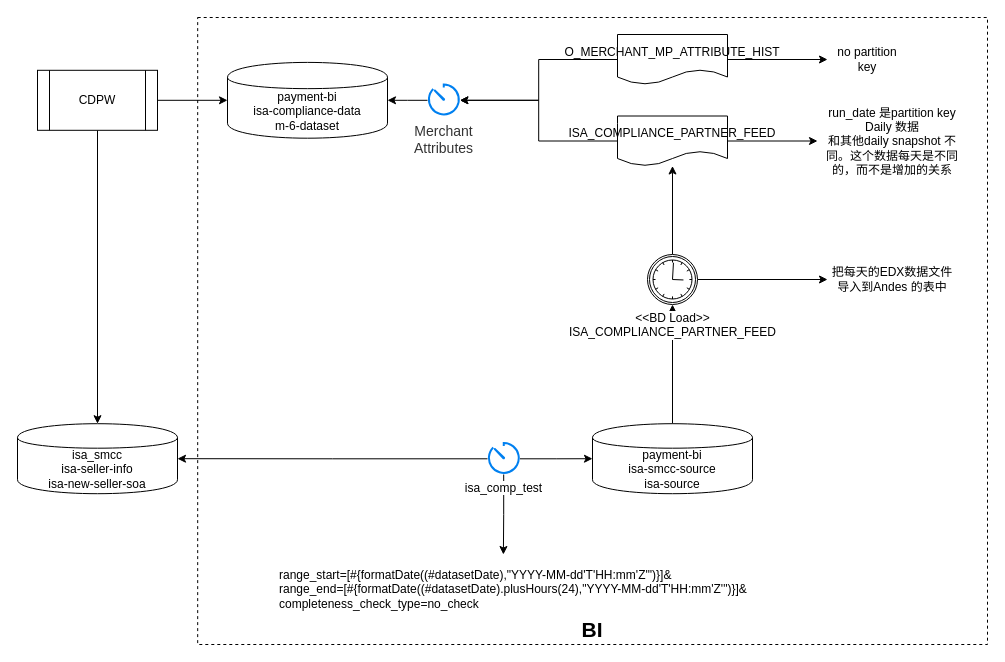
dongposhi/Mimicat keeps this draw.io diagram as page "Page-10" (10 of 12) of Untitled Diagram.drawio. Above is the earlier version. Source tidied: cells renumbered, new cells numbered last; positions are measured from the earlier drawing's top-left corner, leaving out a move shared by most shapes. Both pictures are drawn from the tidied source at 100%, with x=0, y=0 at pixel (17, 17).
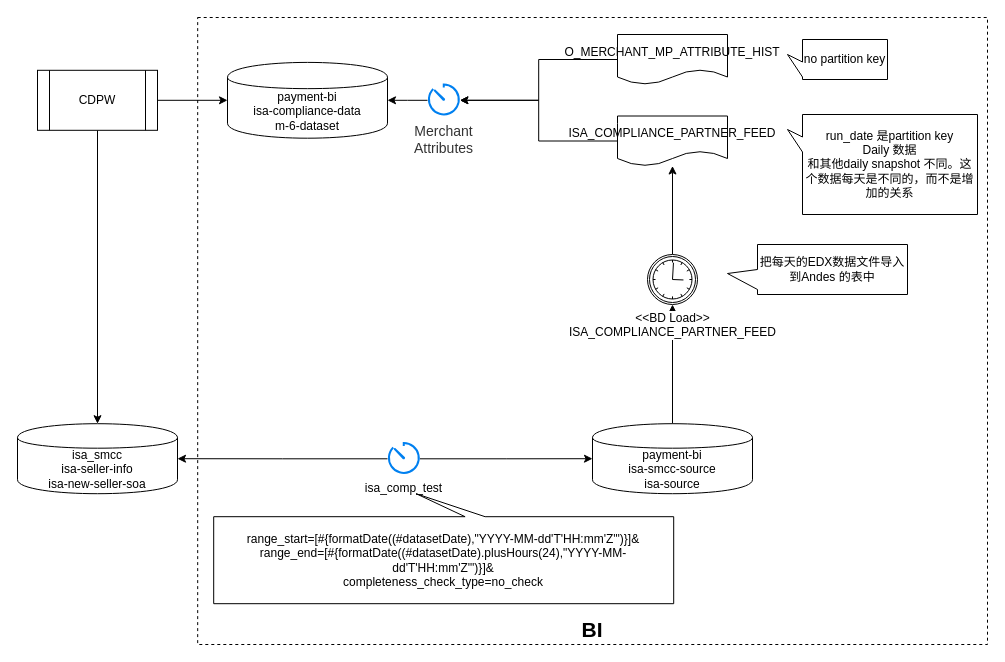
After the change.

The change refers to these unchanged cells:
```xml
<mxCell id="6" value="ISA_COMPLIANCE_PARTNER_FEED" style="shape=document;whiteSpace=wrap;html=1;boundedLbl=1;verticalAlign=middle;" parent="1" vertex="1">
  <mxGeometry x="600" y="98.5" width="110" height="50" as="geometry" />
</mxCell>
<mxCell id="9" value="O_MERCHANT_MP_ATTRIBUTE_HIST" style="shape=document;whiteSpace=wrap;html=1;boundedLbl=1;" parent="1" vertex="1">
  <mxGeometry x="600" y="17" width="110" height="50" as="geometry" />
</mxCell>
<mxCell id="21" value="&amp;lt;&amp;lt;BD Load&amp;gt;&amp;gt;&lt;br&gt;ISA_COMPLIANCE_PARTNER_FEED" style="shape=mxgraph.bpmn.shape;html=1;verticalLabelPosition=bottom;labelBackgroundColor=#ffffff;verticalAlign=top;align=center;perimeter=ellipsePerimeter;outlineConnect=0;outline=catching;symbol=timer;" parent="1" vertex="1">
  <mxGeometry x="630" y="237" width="50" height="50" as="geometry" />
</mxCell>
```

The edit, as a diff of the source:
```diff
@@
-    <mxCell id="5" style="edgeStyle=orthogonalEdgeStyle;rounded=0;jettySize=auto;html=1;" parent="1" edge="1" source="6" target="26">
-      <mxGeometry relative="1" as="geometry" />
-    </mxCell>
@@
-    <mxCell id="8" style="edgeStyle=orthogonalEdgeStyle;rounded=0;jettySize=auto;html=1;fontSize=21;" parent="1" edge="1" source="9" target="28">
-      <mxGeometry relative="1" as="geometry" />
-    </mxCell>
@@
-    <mxCell id="17" style="edgeStyle=orthogonalEdgeStyle;rounded=0;jettySize=auto;html=1;entryX=0.461;entryY=0;entryDx=0;entryDy=0;entryPerimeter=0;" parent="1" edge="1" source="18" target="25">
-      <mxGeometry relative="1" as="geometry" />
-    </mxCell>
     <mxCell id="18" value="isa_comp_test" style="html=1;verticalLabelPosition=bottom;align=center;labelBackgroundColor=#ffffff;verticalAlign=top;strokeWidth=2;strokeColor=#0080F0;shadow=0;dashed=0;shape=mxgraph.ios7.icons.gauge;" parent="1" vertex="1">
-      <mxGeometry x="470" y="425.5" width="32.4" height="31.5" as="geometry" />
+      <mxGeometry x="370" y="425.5" width="32.4" height="31.5" as="geometry" />
     </mxCell>
@@
-    <mxCell id="20" style="edgeStyle=orthogonalEdgeStyle;rounded=0;jettySize=auto;html=1;" parent="1" edge="1" source="21" target="27">
-      <mxGeometry relative="1" as="geometry" />
-    </mxCell>
@@
-    <mxCell id="25" value="range_start=[#{formatDate((#datasetDate),&quot;YYYY-MM-dd'T'HH:mm'Z'&quot;)}]&amp;amp;&lt;br&gt;range_end=[#{formatDate((#datasetDate).plusHours(24),&quot;YYYY-MM-dd'T'HH:mm'Z'&quot;)}]&amp;amp;&lt;br&gt;completeness_check_type=no_check" style="text;html=1;strokeColor=none;fillColor=none;align=left;verticalAlign=middle;whiteSpace=wrap;rounded=0;" parent="1" vertex="1">
-      <mxGeometry x="260" y="537" width="490" height="70" as="geometry" />
+    <mxCell id="25" value="&lt;span style=&quot;white-space: normal ; text-align: left&quot;&gt;range_start=[#{formatDate((#datasetDate),&quot;YYYY-MM-dd'T'HH:mm'Z'&quot;)}]&amp;amp;&lt;/span&gt;&lt;br style=&quot;white-space: normal ; text-align: left&quot;&gt;&lt;span style=&quot;white-space: normal ; text-align: left&quot;&gt;range_end=[#{formatDate((#datasetDate).plusHours(24),&quot;YYYY-MM-dd'T'HH:mm'Z'&quot;)}]&amp;amp;&lt;/span&gt;&lt;br style=&quot;white-space: normal ; text-align: left&quot;&gt;&lt;span style=&quot;white-space: normal ; text-align: left&quot;&gt;completeness_check_type=no_check&lt;/span&gt;" style="shape=callout;whiteSpace=wrap;html=1;perimeter=calloutPerimeter;direction=west;position2=0.56;size=23;position=0.41;" parent="1" vertex="1">
+      <mxGeometry x="196.2" y="476.2" width="460" height="110" as="geometry" />
     </mxCell>
+    <mxCell id="27" value="把每天的EDX数据文件导入到Andes 的表中" style="shape=callout;whiteSpace=wrap;html=1;perimeter=calloutPerimeter;direction=south;position2=0.58;" parent="1" vertex="1">
+      <mxGeometry x="710" y="227" width="180" height="50" as="geometry" />
+    </mxCell>
-    <mxCell id="26" value="run_date 是partition key&lt;br&gt;Daily 数据&lt;br&gt;和其他daily snapshot 不同。这个数据每天是不同的，而不是增加的关系" style="text;html=1;strokeColor=none;fillColor=none;align=center;verticalAlign=middle;whiteSpace=wrap;rounded=0;" parent="1" vertex="1">
-      <mxGeometry x="800" y="113.5" width="150" height="20" as="geometry" />
+    <mxCell id="26" value="&lt;span style=&quot;white-space: normal&quot;&gt;run_date 是partition key&lt;/span&gt;&lt;br style=&quot;white-space: normal&quot;&gt;&lt;span style=&quot;white-space: normal&quot;&gt;Daily 数据&lt;/span&gt;&lt;br style=&quot;white-space: normal&quot;&gt;&lt;span style=&quot;white-space: normal&quot;&gt;和其他daily snapshot 不同。这个数据每天是不同的，而不是增加的关系&lt;/span&gt;" style="whiteSpace=wrap;html=1;shape=mxgraph.basic.rectCallout;dx=30;dy=15;boundedLbl=1;direction=south;" parent="1" vertex="1">
+      <mxGeometry x="770" y="97" width="190" height="100" as="geometry" />
     </mxCell>
-    <mxCell id="27" value="把每天的EDX数据文件导入到Andes 的表中" style="text;html=1;strokeColor=none;fillColor=none;align=center;verticalAlign=middle;whiteSpace=wrap;rounded=0;" parent="1" vertex="1">
-      <mxGeometry x="810" y="252" width="130" height="20" as="geometry" />
-    </mxCell>
-    <mxCell id="28" value="no partition key" style="text;html=1;strokeColor=none;fillColor=none;align=center;verticalAlign=middle;whiteSpace=wrap;rounded=0;" parent="1" vertex="1">
-      <mxGeometry x="810" y="37" width="80" height="10" as="geometry" />
+    <mxCell id="28" value="&lt;span style=&quot;white-space: normal&quot;&gt;no partition key&lt;/span&gt;" style="whiteSpace=wrap;html=1;shape=mxgraph.basic.rectCallout;dx=30;dy=15;boundedLbl=1;direction=south;" parent="1" vertex="1">
+      <mxGeometry x="770" y="22" width="100" height="40" as="geometry" />
     </mxCell>
```
